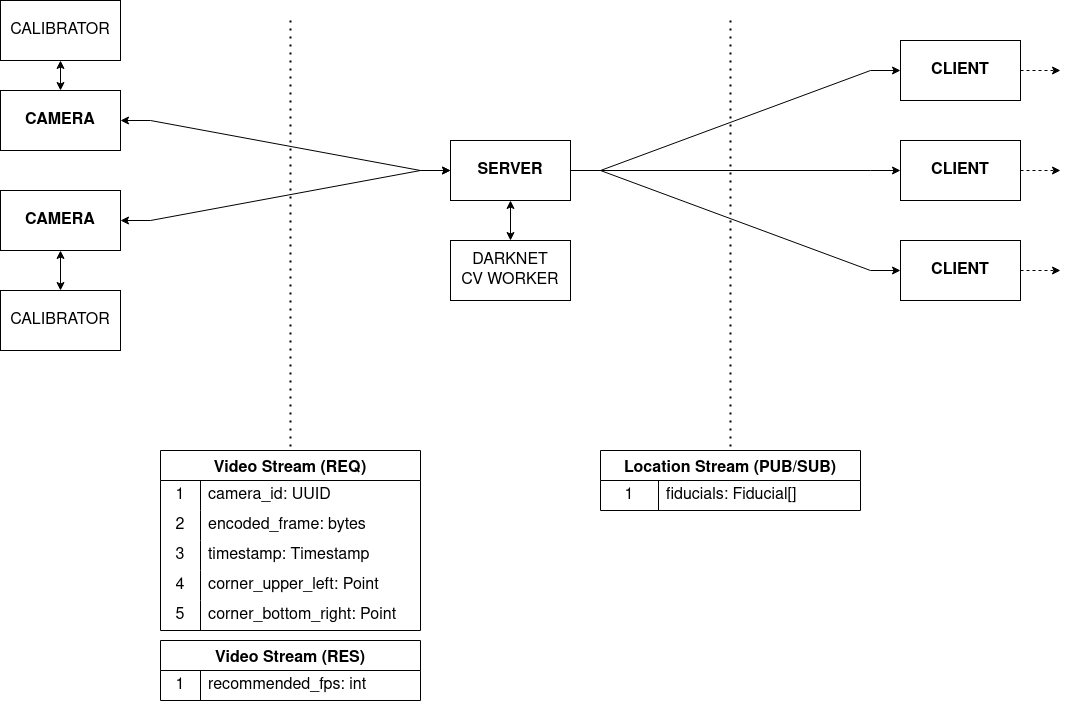
Above: res/architecture.png in mahyarmirrashed/fiducial-tracker (draw.io), before the change. Source tidied: cells renumbered, new cells last; positions are measured from the earlier drawing's top-left corner, leaving out a move shared by most shapes.
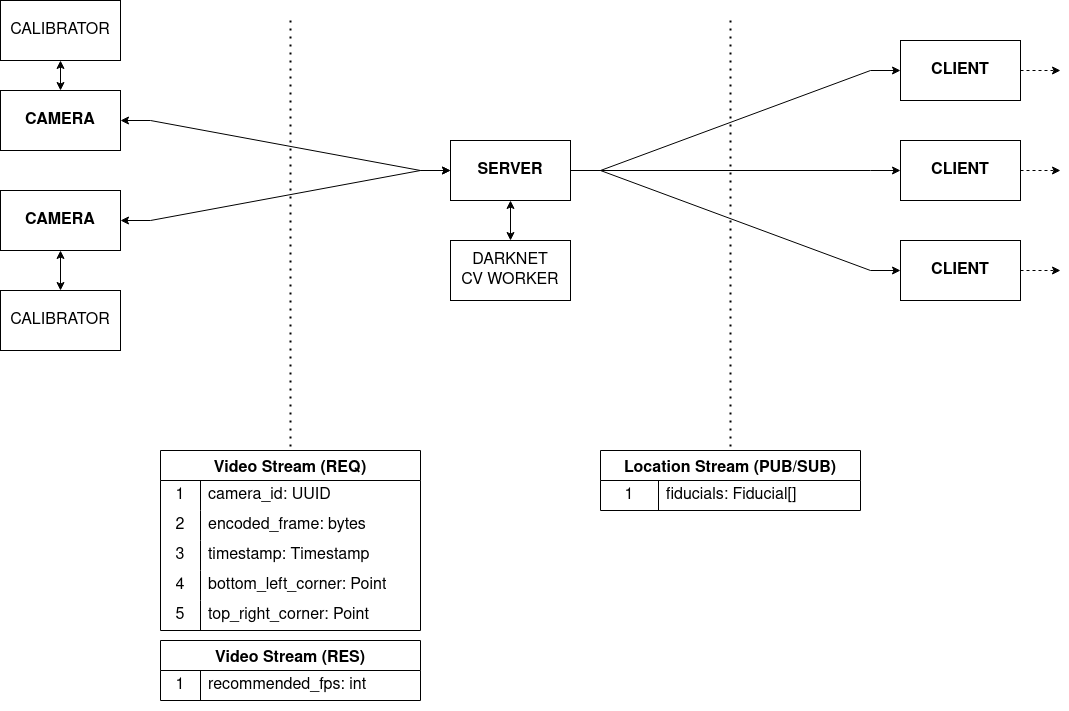
After the commit.

Change to the diagram source:
```diff
@@ -95,7 +95,7 @@
     <mxCell id="30" value="4" style="shape=partialRectangle;html=1;whiteSpace=wrap;fillColor=none;top=0;left=0;bottom=0;right=0;overflow=hidden;strokeColor=inherit;fontSize=16;" parent="29" vertex="1">
       <mxGeometry width="40" height="30" as="geometry" />
     </mxCell>
-    <mxCell id="31" value="corner_upper_left: Point" style="shape=partialRectangle;html=1;whiteSpace=wrap;fillColor=none;top=0;left=0;bottom=0;right=0;align=left;spacingLeft=6;overflow=hidden;strokeColor=inherit;fontSize=16;" parent="29" vertex="1">
+    <mxCell id="31" value="bottom_left_corner: Point" style="shape=partialRectangle;html=1;whiteSpace=wrap;fillColor=none;top=0;left=0;bottom=0;right=0;align=left;spacingLeft=6;overflow=hidden;strokeColor=inherit;fontSize=16;" parent="29" vertex="1">
       <mxGeometry x="40" width="220" height="30" as="geometry" />
     </mxCell>
     <mxCell id="32" style="shape=tableRow;horizontal=0;startSize=0;swimlaneHead=0;swimlaneBody=0;top=0;left=0;bottom=0;right=0;fillColor=none;strokeColor=inherit;fontSize=16;" parent="19" vertex="1">
@@ -104,7 +104,7 @@
     <mxCell id="33" value="5" style="shape=partialRectangle;html=1;whiteSpace=wrap;fillColor=none;top=0;left=0;bottom=0;right=0;overflow=hidden;strokeColor=inherit;fontSize=16;" parent="32" vertex="1">
       <mxGeometry width="40" height="30" as="geometry" />
     </mxCell>
-    <mxCell id="34" value="corner_bottom_right: Point" style="shape=partialRectangle;html=1;whiteSpace=wrap;fillColor=none;top=0;left=0;bottom=0;right=0;align=left;spacingLeft=6;overflow=hidden;strokeColor=inherit;fontSize=16;" parent="32" vertex="1">
+    <mxCell id="34" value="top_right_corner: Point" style="shape=partialRectangle;html=1;whiteSpace=wrap;fillColor=none;top=0;left=0;bottom=0;right=0;align=left;spacingLeft=6;overflow=hidden;strokeColor=inherit;fontSize=16;" parent="32" vertex="1">
       <mxGeometry x="40" width="220" height="30" as="geometry" />
     </mxCell>
     <mxCell id="35" style="shape=tableRow;horizontal=0;startSize=0;swimlaneHead=0;swimlaneBody=0;top=0;left=0;bottom=0;right=0;fillColor=none;strokeColor=inherit;fontSize=16;" parent="1" vertex="1">
```
